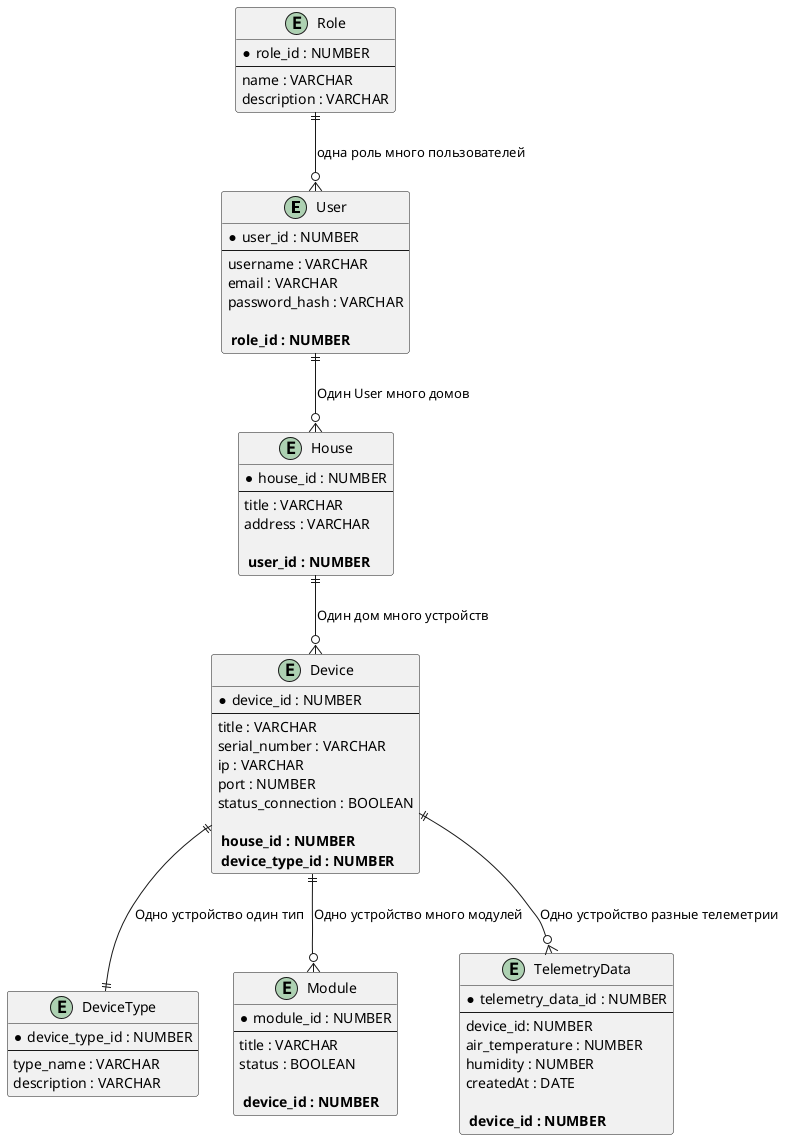
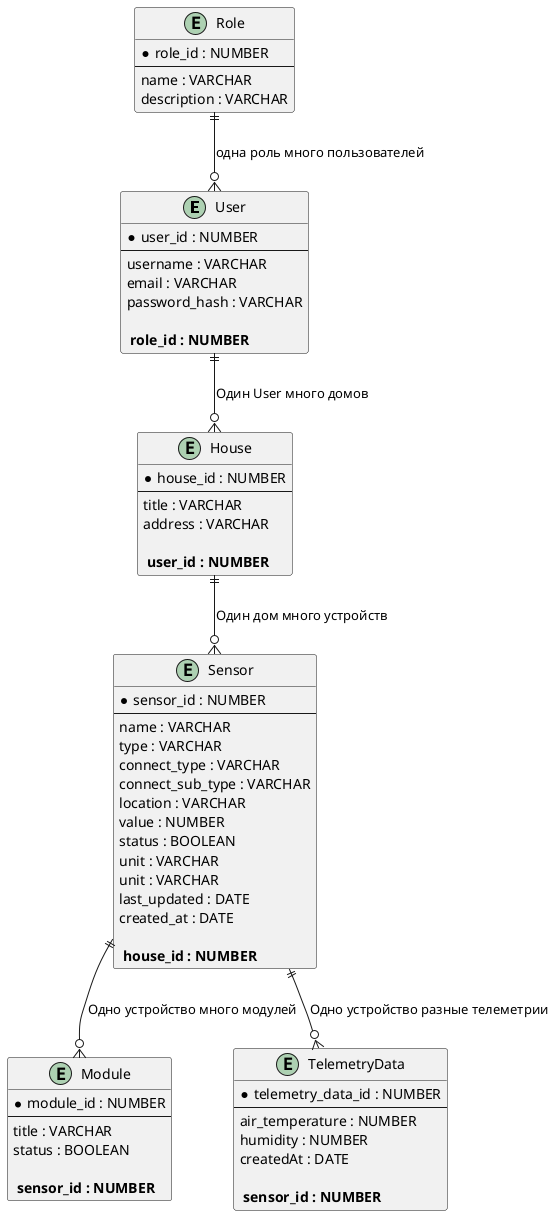
@startuml

top to bottom direction

entity User {
  * user_id : NUMBER
  --
  username : VARCHAR
  email : VARCHAR
  password_hash : VARCHAR

  ** role_id : NUMBER **
}

entity Role {
  * role_id : NUMBER
  --
  name : VARCHAR
  description : VARCHAR
}

entity House {
  * house_id : NUMBER
  --
  title : VARCHAR
  address : VARCHAR

  ** user_id : NUMBER **
}

- entity Device {
-   * device_id : NUMBER
+ entity Sensor {
+   * sensor_id : NUMBER
  --
-   title : VARCHAR
-   serial_number : VARCHAR
-   ip : VARCHAR
-   port : NUMBER
-   status_connection : BOOLEAN
+   name : VARCHAR
+   type : VARCHAR
+   connect_type : VARCHAR
+   connect_sub_type : VARCHAR
+   location : VARCHAR
+   value : NUMBER
+   status : BOOLEAN
+   unit : VARCHAR
+   unit : VARCHAR
+   last_updated : DATE
+   created_at : DATE

  ** house_id : NUMBER **
-   ** device_type_id : NUMBER **
- }
- 
- entity DeviceType {
-   * device_type_id : NUMBER
-   --
-   type_name : VARCHAR
-   description : VARCHAR
}

entity Module {
  * module_id : NUMBER
  --
  title : VARCHAR
  status : BOOLEAN

-   ** device_id : NUMBER **
+   ** sensor_id : NUMBER **
}

entity TelemetryData {
 * telemetry_data_id : NUMBER
 --
-  device_id: NUMBER
 air_temperature : NUMBER
 humidity : NUMBER
 createdAt : DATE

-  ** device_id : NUMBER **
+  ** sensor_id : NUMBER **
}

Role ||--o{ User : "одна роль много пользователей"
User ||--o{ House : "Один User много домов"
- House ||--o{ Device : "Один дом много устройств"
- Device ||--|| DeviceType : "Одно устройство один тип"
- Device ||--o{ Module : "Одно устройство много модулей"
- Device ||--o{ TelemetryData : "Одно устройство разные телеметрии"
+ House ||--o{ Sensor : "Один дом много устройств"
+ Sensor ||--o{ Module : "Одно устройство много модулей"
+ Sensor ||--o{ TelemetryData : "Одно устройство разные телеметрии"

' ||--o{ — один-ко-многим.
' }o--o{ — многие-ко-многим.
' ||--|| — один-к-одному
@enduml